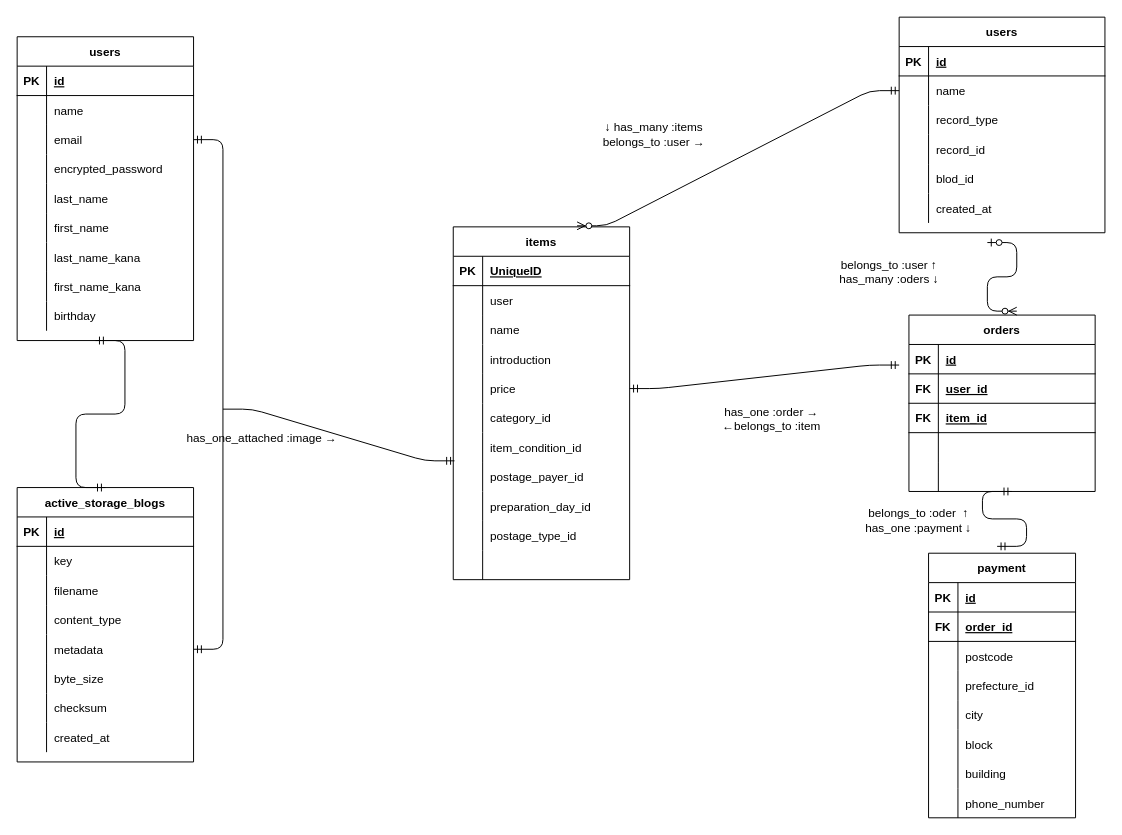
Above: ER.dio in kazuma516/furima-38295 (draw.io), before the change. Source tidied: cells renumbered, new cells numbered last; positions are measured from the earlier drawing's top-left corner, leaving out a move shared by most shapes. Both pictures are drawn from the tidied source at 98%, with x=0, y=0 at pixel (17, 17).
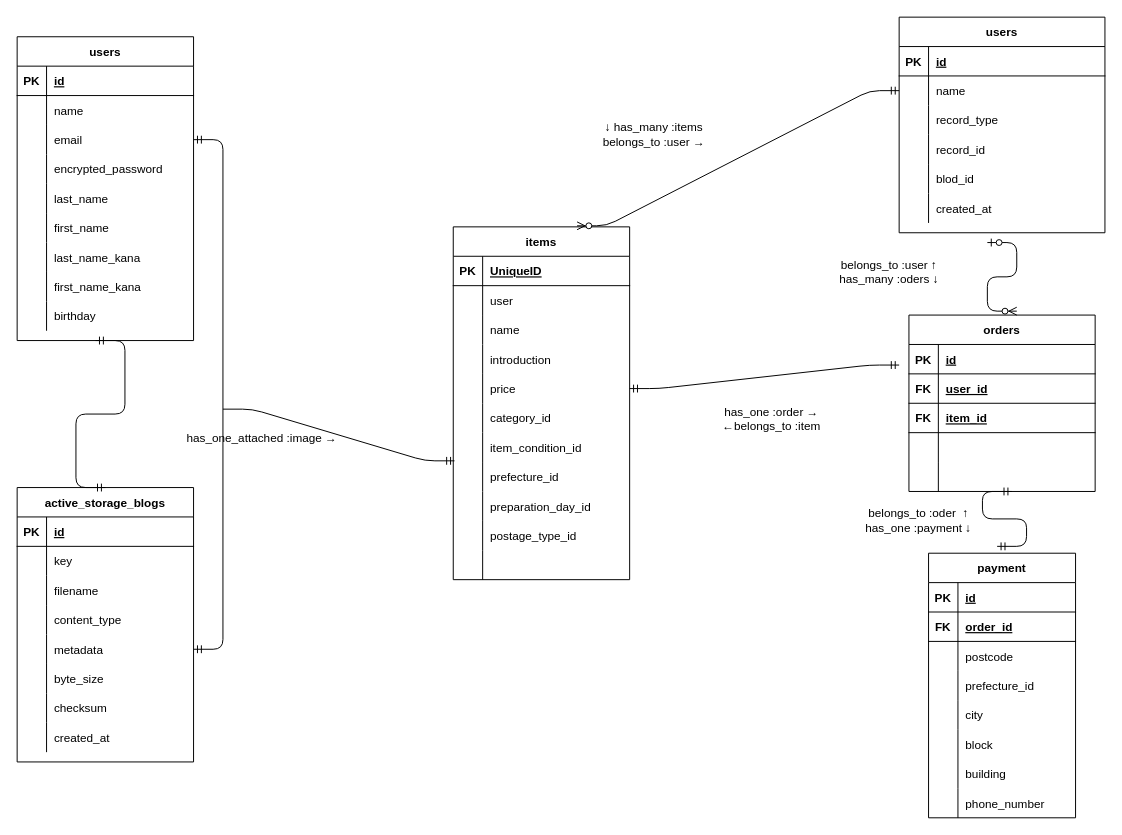
Above is the later version.

Commit message (it also covers changes not shown here):
データベース設計記述⑤

The change refers to these unchanged cells:
```xml
<mxCell id="53" style="shape=partialRectangle;fillColor=none;top=0;left=0;bottom=0;right=0;" parent="31" vertex="1">
  <mxGeometry y="240" width="180" height="30" as="geometry" />
</mxCell>
```

Change to the diagram source:
```diff
@@
-    <mxCell id="55" value="postage_payer_id" style="shape=partialRectangle;fillColor=none;top=0;left=0;bottom=0;right=0;align=left;spacingLeft=6;overflow=hidden;" parent="53" vertex="1">
+    <mxCell id="55" value="prefecture_id" style="shape=partialRectangle;fillColor=none;top=0;left=0;bottom=0;right=0;align=left;spacingLeft=6;overflow=hidden;" parent="53" vertex="1">
       <mxGeometry x="30" width="150" height="30" as="geometry" />
     </mxCell>
```
